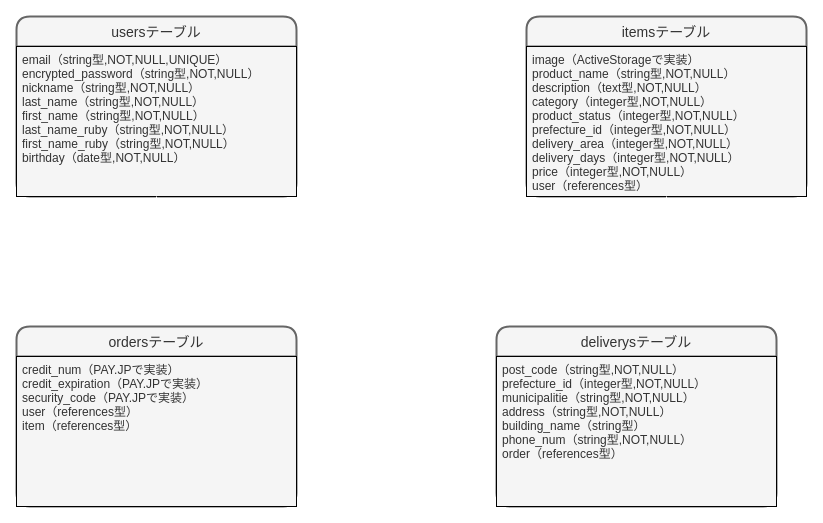
This is furima.dio from hiroki1121/furima-35412, a draw.io file, before an edit. Source tidied: cells renumbered, new cells numbered last; positions are measured from the earlier drawing's top-left corner, leaving out a move shared by most shapes. Both pictures are drawn from the tidied source at 100%, with x=0, y=0 at pixel (16, 16).
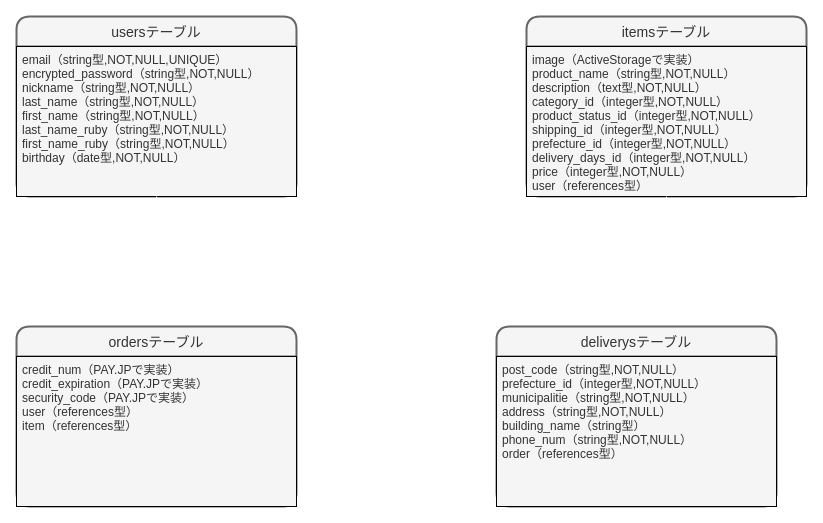
The same diagram, later.

Commit message (it also covers changes not shown here):
カラム名修正(ActiveHash)2

Diff of the diagram source:
```diff
@@
 <mxGraphModel>
   <root>
     <mxCell id="0" />
     <mxCell id="1" parent="0" />
     <mxCell id="2" style="edgeStyle=orthogonalEdgeStyle;rounded=0;jettySize=auto;html=1;entryX=0;entryY=0.4;entryDx=0;entryDy=0;entryPerimeter=0;startArrow=ERone;startFill=0;startSize=15;endArrow=ERmany;endFill=0;endSize=15;targetPerimeterSpacing=0;strokeColor=#FFFFFF;fontFamily=Helvetica;" parent="1" edge="1" source="3" target="6">
       <mxGeometry relative="1" as="geometry" />
     </mxCell>
     <mxCell id="3" value="usersテーブル" style="swimlane;horizontal=1;startSize=30;rounded=1;fontSize=14;fontStyle=0;strokeWidth=2;shadow=0;dashed=0;align=center;fillColor=#f5f5f5;strokeColor=#666666;fontColor=#333333;labelPosition=center;verticalLabelPosition=middle;verticalAlign=middle;" parent="1" vertex="1">
       <mxGeometry width="280" height="180" as="geometry" />
     </mxCell>
     <mxCell id="4" value="email（string型,NOT,NULL,UNIQUE）&#10;encrypted_password（string型,NOT,NULL）&#10;nickname（string型,NOT,NULL）&#10;last_name（string型,NOT,NULL）&#10;first_name（string型,NOT,NULL）&#10;last_name_ruby（string型,NOT,NULL）&#10;first_name_ruby（string型,NOT,NULL）&#10;birthday（date型,NOT,NULL）" style="align=left;fillColor=#f5f5f5;spacingLeft=4;fontSize=12;verticalAlign=top;fontColor=#333333;strokeColor=#000000;" parent="3" vertex="1">
       <mxGeometry y="30" width="280" height="150" as="geometry" />
     </mxCell>
     <mxCell id="5" value="itemsテーブル" style="swimlane;horizontal=1;startSize=30;rounded=1;fontSize=14;fontStyle=0;strokeWidth=2;shadow=0;dashed=0;align=center;fillColor=#f5f5f5;strokeColor=#666666;fontColor=#333333;" parent="1" vertex="1">
       <mxGeometry x="510" width="280" height="180" as="geometry" />
     </mxCell>
-    <mxCell id="6" value="image（ActiveStorageで実装）&#10;product_name（string型,NOT,NULL）&#10;description（text型,NOT,NULL）&#10;category（integer型,NOT,NULL）&#10;product_status（integer型,NOT,NULL）&#10;prefecture_id（integer型,NOT,NULL）&#10;delivery_area（integer型,NOT,NULL）&#10;delivery_days（integer型,NOT,NULL）&#10;price（integer型,NOT,NULL）&#10;user（references型）" style="align=left;fillColor=#f5f5f5;spacingLeft=4;fontSize=12;verticalAlign=top;fontColor=#333333;strokeColor=#000000;" parent="5" vertex="1">
+    <mxCell id="6" value="image（ActiveStorageで実装）&#10;product_name（string型,NOT,NULL）&#10;description（text型,NOT,NULL）&#10;category_id（integer型,NOT,NULL）&#10;product_status_id（integer型,NOT,NULL）&#10;shipping_id（integer型,NOT,NULL）&#10;prefecture_id（integer型,NOT,NULL）&#10;delivery_days_id（integer型,NOT,NULL）&#10;price（integer型,NOT,NULL）&#10;user（references型）" style="align=left;fillColor=#f5f5f5;spacingLeft=4;fontSize=12;verticalAlign=top;fontColor=#333333;strokeColor=#000000;" parent="5" vertex="1">
       <mxGeometry y="30" width="280" height="150" as="geometry" />
     </mxCell>
     <mxCell id="7" style="align=left;fillColor=#f5f5f5;spacingLeft=4;fontSize=12;verticalAlign=top;fontColor=#333333;strokeColor=#000000;" parent="5" vertex="1">
       <mxGeometry y="180" width="280" as="geometry" />
     </mxCell>
     <mxCell id="8" style="edgeStyle=orthogonalEdgeStyle;rounded=0;jettySize=auto;html=1;entryX=1;entryY=0.5;entryDx=0;entryDy=0;startArrow=ERone;startFill=0;startSize=15;endArrow=ERone;endFill=0;endSize=15;targetPerimeterSpacing=0;strokeColor=#FFFFFF;fontFamily=Helvetica;" parent="1" edge="1" source="9" target="14">
       <mxGeometry relative="1" as="geometry">
         <Array as="points">
           <mxPoint x="430" y="415" />
           <mxPoint x="430" y="415" />
         </Array>
       </mxGeometry>
     </mxCell>
     <mxCell id="9" value="deliverysテーブル" style="swimlane;horizontal=1;startSize=30;rounded=1;fontSize=14;fontStyle=0;strokeWidth=2;shadow=0;dashed=0;align=center;fillColor=#f5f5f5;strokeColor=#666666;fontColor=#333333;" parent="1" vertex="1">
       <mxGeometry x="480" y="310" width="280" height="180" as="geometry" />
     </mxCell>
     <mxCell id="10" value="post_code（string型,NOT,NULL）&#10;prefecture_id（integer型,NOT,NULL）&#10;municipalitie（string型,NOT,NULL）&#10;address（string型,NOT,NULL）&#10;building_name（string型）&#10;phone_num（string型,NOT,NULL）&#10;order（references型）" style="align=left;fillColor=#f5f5f5;spacingLeft=4;fontSize=12;verticalAlign=top;fontColor=#333333;strokeColor=#000000;" parent="9" vertex="1">
       <mxGeometry y="30" width="280" height="150" as="geometry" />
     </mxCell>
     <mxCell id="11" style="edgeStyle=orthogonalEdgeStyle;rounded=0;jettySize=auto;html=1;exitX=0.5;exitY=0;exitDx=0;exitDy=0;entryX=0.5;entryY=1;entryDx=0;entryDy=0;startArrow=ERmany;startFill=0;startSize=15;endArrow=ERone;endFill=0;endSize=15;targetPerimeterSpacing=0;strokeColor=#FFFFFF;fontFamily=Helvetica;" parent="1" edge="1" source="13" target="4">
       <mxGeometry relative="1" as="geometry" />
     </mxCell>
     <mxCell id="12" style="edgeStyle=orthogonalEdgeStyle;rounded=0;jettySize=auto;html=1;startArrow=ERone;startFill=0;startSize=15;endArrow=ERone;endFill=0;endSize=15;targetPerimeterSpacing=0;strokeColor=#FFFFFF;fontFamily=Helvetica;" parent="1" edge="1" source="13" target="6">
       <mxGeometry relative="1" as="geometry">
         <Array as="points">
           <mxPoint x="190" y="250" />
           <mxPoint x="650" y="250" />
         </Array>
       </mxGeometry>
     </mxCell>
     <mxCell id="13" value="ordersテーブル" style="swimlane;horizontal=1;startSize=30;rounded=1;fontSize=14;fontStyle=0;strokeWidth=2;shadow=0;dashed=0;align=center;fillColor=#f5f5f5;strokeColor=#666666;fontColor=#333333;" parent="1" vertex="1">
       <mxGeometry y="310" width="280" height="180" as="geometry" />
     </mxCell>
     <mxCell id="14" value="credit_num（PAY.JPで実装）&#10;credit_expiration（PAY.JPで実装）&#10;security_code（PAY.JPで実装）&#10;user（references型）&#10;item（references型）" style="align=left;fillColor=#f5f5f5;spacingLeft=4;fontSize=12;verticalAlign=top;fontColor=#333333;strokeColor=#000000;" parent="13" vertex="1">
       <mxGeometry y="30" width="280" height="150" as="geometry" />
     </mxCell>
   </root>
 </mxGraphModel>
```
